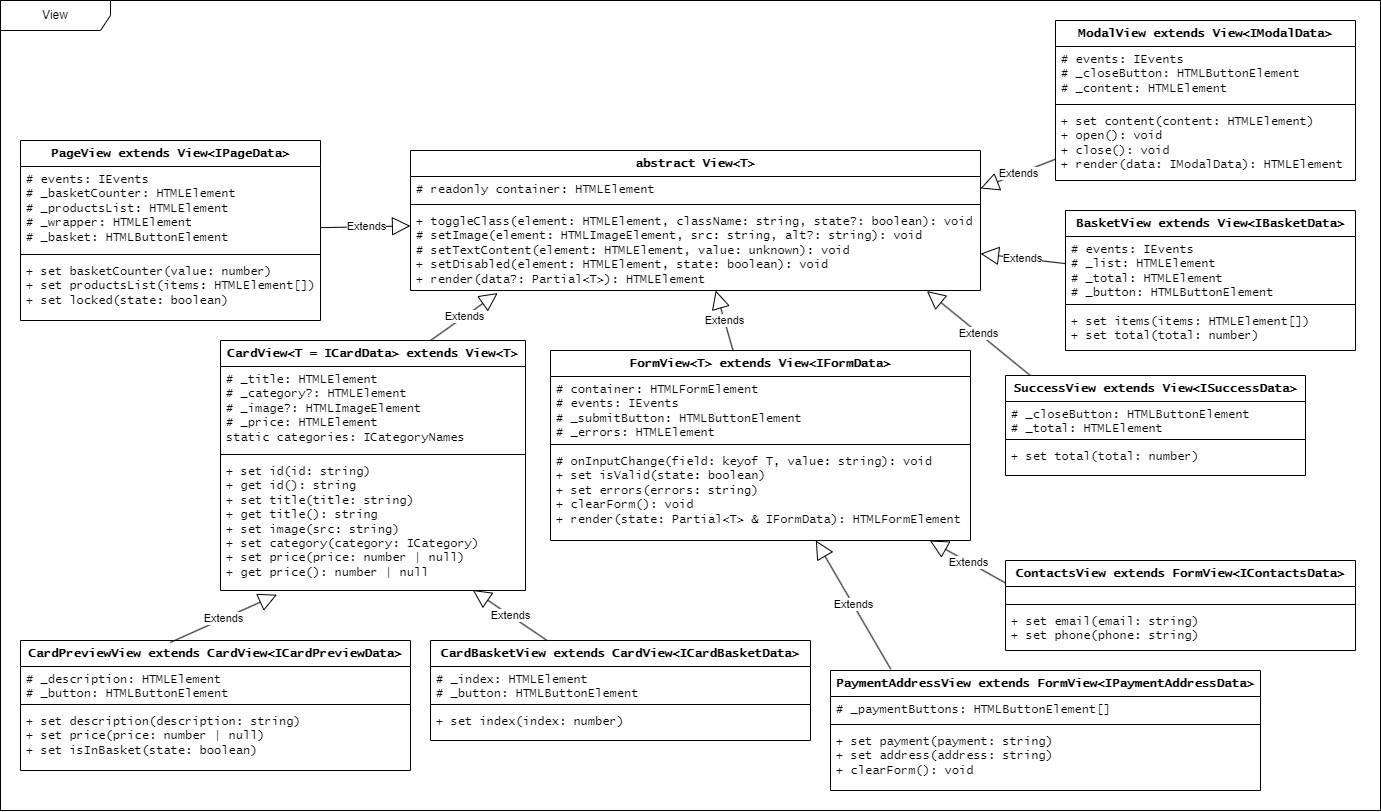
This is documentation/View.png from anna-kobis/web-larek, a draw.io export, as it was before one commit. Source tidied: cells renumbered, new cells last; positions are measured from the earlier drawing's top-left corner, leaving out a move shared by most shapes.
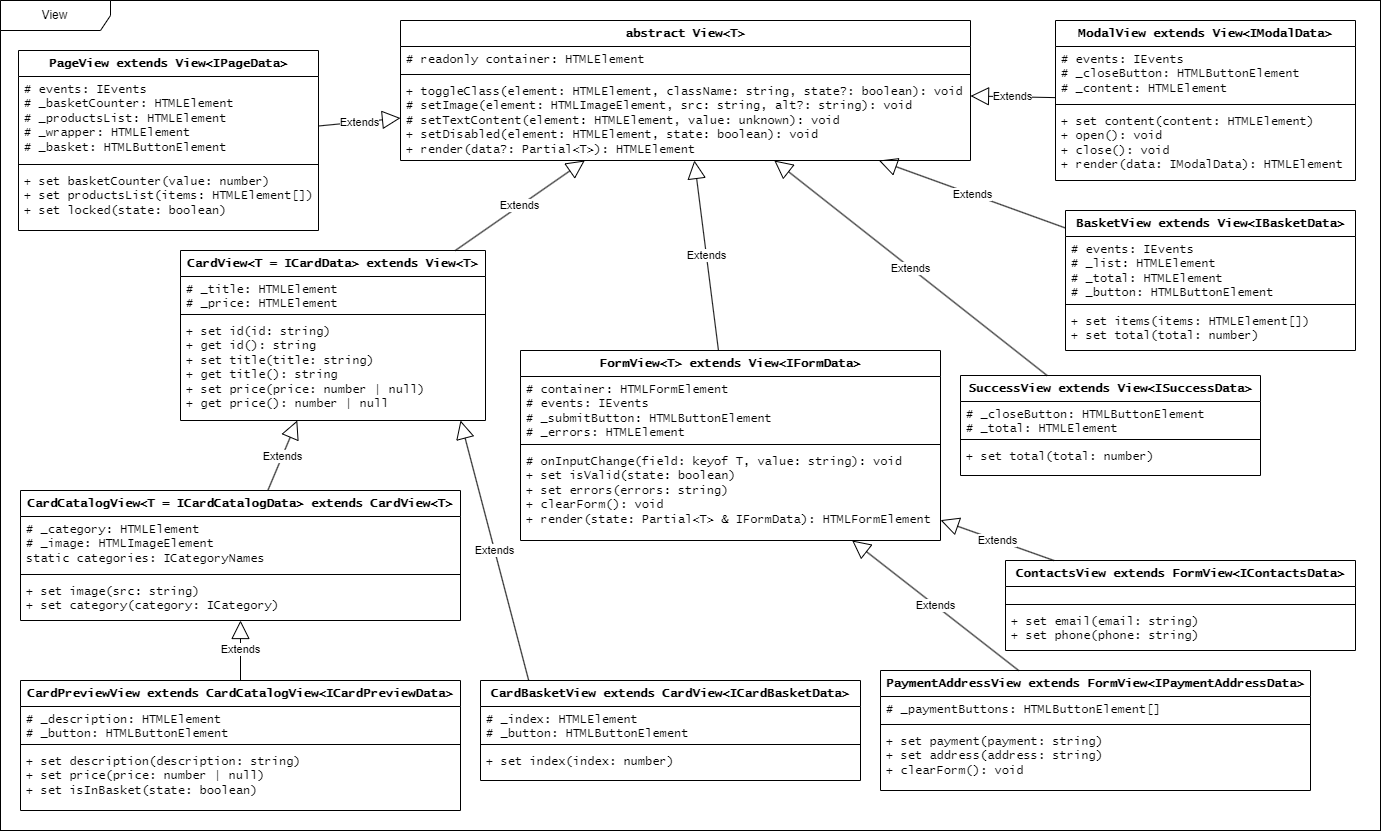
After the commit.

The edit, as a diff of the source:
```diff
@@ -5,6 +5,6 @@
     <mxCell id="2" style="rounded=0;whiteSpace=wrap;html=1;" parent="1" vertex="1">
-      <mxGeometry width="1380" height="810" as="geometry" />
+      <mxGeometry width="1380" height="830" as="geometry" />
     </mxCell>
     <mxCell id="3" value="abstract&amp;nbsp;View&amp;lt;T&amp;gt;" style="swimlane;fontStyle=1;align=center;verticalAlign=top;horizontal=1;startSize=26;whiteSpace=wrap;html=1;fontFamily=Lucida Console;" parent="1" vertex="1">
-      <mxGeometry x="410" y="150" width="570" height="140" as="geometry" />
+      <mxGeometry x="400" y="20" width="570" height="140" as="geometry" />
     </mxCell>
@@ -35,31 +35,29 @@
     <mxCell id="12" value="CardView&amp;lt;T = ICardData&amp;gt; extends View&amp;lt;T&amp;gt;" style="swimlane;fontStyle=1;align=center;verticalAlign=top;horizontal=1;startSize=26;whiteSpace=wrap;html=1;fontFamily=Lucida Console;" parent="1" vertex="1">
-      <mxGeometry x="220" y="340" width="305" height="250" as="geometry" />
+      <mxGeometry x="180" y="250" width="305" height="170" as="geometry" />
     </mxCell>
-    <mxCell id="13" value="&lt;div&gt;&lt;span style=&quot;background-color: initial;&quot;&gt;# _title: HTMLElement&lt;/span&gt;&lt;br&gt;&lt;/div&gt;&lt;div&gt;&lt;span style=&quot;white-space: normal;&quot;&gt;# _category?: HTMLElement&lt;/span&gt;&lt;/div&gt;&lt;div&gt;&lt;span style=&quot;white-space: normal;&quot;&gt;# _image?: HTMLImageElement&lt;/span&gt;&lt;/div&gt;&lt;div&gt;&lt;span style=&quot;white-space: normal;&quot;&gt;# _price: HTMLElement&lt;/span&gt;&lt;/div&gt;&lt;div&gt;static categories: ICategoryNames&lt;span style=&quot;white-space: normal;&quot;&gt;&lt;br&gt;&lt;/span&gt;&lt;/div&gt;" style="text;strokeColor=none;fillColor=none;align=left;verticalAlign=top;spacingLeft=4;spacingRight=4;overflow=hidden;whiteSpace=wrap;html=1;fontFamily=Lucida Console;" parent="12" vertex="1">
-      <mxGeometry y="26" width="305" height="84" as="geometry" />
+    <mxCell id="13" value="&lt;div&gt;&lt;span style=&quot;background-color: initial;&quot;&gt;# _title: HTMLElement&lt;/span&gt;&lt;/div&gt;&lt;div&gt;&lt;span style=&quot;white-space: normal;&quot;&gt;# _price: HTMLElement&lt;/span&gt;&lt;/div&gt;" style="text;strokeColor=none;fillColor=none;align=left;verticalAlign=top;spacingLeft=4;spacingRight=4;overflow=hidden;whiteSpace=wrap;html=1;fontFamily=Lucida Console;" parent="12" vertex="1">
+      <mxGeometry y="26" width="305" height="34" as="geometry" />
     </mxCell>
     <mxCell id="14" style="line;strokeWidth=1;fillColor=none;align=left;verticalAlign=middle;spacingTop=-1;spacingLeft=3;spacingRight=3;labelPosition=right;strokeColor=inherit;fontFamily=Lucida Console;" parent="12" vertex="1">
-      <mxGeometry y="110" width="305" height="8" as="geometry" />
+      <mxGeometry y="60" width="305" height="8" as="geometry" />
     </mxCell>
-    <mxCell id="15" value="&lt;div&gt;+ set id(id: string)&lt;/div&gt;&lt;div&gt;&lt;span style=&quot;white-space: normal;&quot;&gt;+ get id(): string&lt;/span&gt;&lt;/div&gt;&lt;div&gt;&lt;span style=&quot;white-space: normal;&quot;&gt;+ set title(title: string)&lt;/span&gt;&lt;/div&gt;&lt;div&gt;&lt;span style=&quot;white-space: normal;&quot;&gt;+ get title(): string&lt;/span&gt;&lt;/div&gt;&lt;div&gt;&lt;span style=&quot;white-space: normal;&quot;&gt;+ set image(src: string)&lt;/span&gt;&lt;/div&gt;&lt;div&gt;&lt;span style=&quot;white-space: normal;&quot;&gt;+ set category(category: ICategory)&lt;/span&gt;&lt;/div&gt;&lt;div&gt;&lt;span style=&quot;white-space: normal;&quot;&gt;+ set price(price: number | null)&lt;/span&gt;&lt;/div&gt;&lt;div&gt;&lt;span style=&quot;white-space: normal;&quot;&gt;+ get price(): number | null&lt;/span&gt;&lt;/div&gt;" style="text;strokeColor=none;fillColor=none;align=left;verticalAlign=top;spacingLeft=4;spacingRight=4;overflow=hidden;points=[[0,0.5],[1,0.5]];portConstraint=eastwest;whiteSpace=wrap;html=1;fontFamily=Lucida Console;fontStyle=0;" parent="12" vertex="1">
-      <mxGeometry y="118" width="305" height="132" as="geometry" />
+    <mxCell id="15" value="&lt;div&gt;+ set id(id: string)&lt;/div&gt;&lt;div&gt;&lt;span style=&quot;white-space: normal;&quot;&gt;+ get id(): string&lt;/span&gt;&lt;/div&gt;&lt;div&gt;&lt;span style=&quot;white-space: normal;&quot;&gt;+ set title(title: string)&lt;/span&gt;&lt;/div&gt;&lt;div&gt;&lt;span style=&quot;white-space: normal;&quot;&gt;+ get title(): string&lt;/span&gt;&lt;/div&gt;&lt;div&gt;&lt;span style=&quot;background-color: initial;&quot;&gt;+ set price(price: number | null)&lt;/span&gt;&lt;br&gt;&lt;/div&gt;&lt;div&gt;&lt;span style=&quot;white-space: normal;&quot;&gt;+ get price(): number | null&lt;/span&gt;&lt;/div&gt;" style="text;strokeColor=none;fillColor=none;align=left;verticalAlign=top;spacingLeft=4;spacingRight=4;overflow=hidden;points=[[0,0.5],[1,0.5]];portConstraint=eastwest;whiteSpace=wrap;html=1;fontFamily=Lucida Console;fontStyle=0;" parent="12" vertex="1">
+      <mxGeometry y="68" width="305" height="102" as="geometry" />
     </mxCell>
-    <mxCell id="16" value="Extends" style="endArrow=block;endSize=16;endFill=0;html=1;rounded=0;entryX=0.153;entryY=1.031;entryDx=0;entryDy=0;entryPerimeter=0;" parent="1" edge="1" target="6">
-      <mxGeometry relative="1" as="geometry">
-        <mxPoint x="430" y="340" as="sourcePoint" />
-      </mxGeometry>
+    <mxCell id="16" value="Extends" style="endArrow=block;endSize=16;endFill=0;html=1;rounded=0;" parent="1" edge="1" source="12" target="3">
+      <mxGeometry relative="1" as="geometry" />
     </mxCell>
-    <mxCell id="17" value="CardPreviewView extends CardView&amp;lt;ICardPreviewData&amp;gt;" style="swimlane;fontStyle=1;align=center;verticalAlign=top;horizontal=1;startSize=26;whiteSpace=wrap;html=1;fontFamily=Lucida Console;" parent="1" vertex="1">
-      <mxGeometry x="20" y="640" width="390" height="130" as="geometry" />
+    <mxCell id="17" value="CardPreviewView extends CardCatalogView&amp;lt;ICardPreviewData&amp;gt;" style="swimlane;fontStyle=1;align=center;verticalAlign=top;horizontal=1;startSize=26;whiteSpace=wrap;html=1;fontFamily=Lucida Console;" parent="1" vertex="1">
+      <mxGeometry x="20" y="680" width="440" height="130" as="geometry" />
     </mxCell>
     <mxCell id="18" value="&lt;div&gt;&lt;div&gt;# _description: HTMLElement&lt;/div&gt;&lt;div&gt;&lt;span style=&quot;white-space: normal;&quot;&gt;# _button: HTMLButtonElement&lt;/span&gt;&lt;/div&gt;&lt;/div&gt;" style="text;strokeColor=none;fillColor=none;align=left;verticalAlign=top;spacingLeft=4;spacingRight=4;overflow=hidden;whiteSpace=wrap;html=1;fontFamily=Lucida Console;" parent="17" vertex="1">
-      <mxGeometry y="26" width="390" height="34" as="geometry" />
+      <mxGeometry y="26" width="440" height="34" as="geometry" />
     </mxCell>
     <mxCell id="19" style="line;strokeWidth=1;fillColor=none;align=left;verticalAlign=middle;spacingTop=-1;spacingLeft=3;spacingRight=3;labelPosition=right;strokeColor=inherit;fontFamily=Lucida Console;" parent="17" vertex="1">
-      <mxGeometry y="60" width="390" height="8" as="geometry" />
+      <mxGeometry y="60" width="440" height="8" as="geometry" />
     </mxCell>
     <mxCell id="20" value="&lt;div&gt;+ set description(description: string)&lt;/div&gt;&lt;div&gt;+ set price(price: number | null)&lt;/div&gt;&lt;div&gt;&lt;span style=&quot;white-space: normal;&quot;&gt;+ set isInBasket(state: boolean)&lt;/span&gt;&lt;/div&gt;" style="text;strokeColor=none;fillColor=none;align=left;verticalAlign=top;spacingLeft=4;spacingRight=4;overflow=hidden;whiteSpace=wrap;html=1;fontFamily=Lucida Console;fontStyle=0;" parent="17" vertex="1">
-      <mxGeometry y="68" width="390" height="62" as="geometry" />
+      <mxGeometry y="68" width="440" height="62" as="geometry" />
     </mxCell>
-    <mxCell id="21" value="Extends" style="endArrow=block;endSize=16;endFill=0;html=1;rounded=0;exitX=0.384;exitY=0.015;exitDx=0;exitDy=0;exitPerimeter=0;entryX=0.185;entryY=1.032;entryDx=0;entryDy=0;entryPerimeter=0;" parent="1" edge="1" source="17" target="15">
+    <mxCell id="21" value="Extends" style="endArrow=block;endSize=16;endFill=0;html=1;rounded=0;" parent="1" edge="1" source="59" target="12">
       <mxGeometry relative="1" as="geometry" />
@@ -67,3 +65,3 @@
     <mxCell id="22" value="CardBasketView extends CardView&amp;lt;ICardBasketData&amp;gt;" style="swimlane;fontStyle=1;align=center;verticalAlign=top;horizontal=1;startSize=26;whiteSpace=wrap;html=1;fontFamily=Lucida Console;" parent="1" vertex="1">
-      <mxGeometry x="430" y="640" width="380" height="100" as="geometry" />
+      <mxGeometry x="480" y="680" width="380" height="100" as="geometry" />
     </mxCell>
@@ -78,7 +76,9 @@
     </mxCell>
-    <mxCell id="26" value="Extends" style="endArrow=block;endSize=16;endFill=0;html=1;rounded=0;entryX=0.827;entryY=0.996;entryDx=0;entryDy=0;entryPerimeter=0;" parent="1" edge="1" source="22" target="15">
-      <mxGeometry relative="1" as="geometry" />
+    <mxCell id="26" value="Extends" style="endArrow=block;endSize=16;endFill=0;html=1;rounded=0;exitX=0.127;exitY=0.002;exitDx=0;exitDy=0;exitPerimeter=0;" parent="1" edge="1" source="22">
+      <mxGeometry relative="1" as="geometry">
+        <mxPoint x="460" y="420" as="targetPoint" />
+      </mxGeometry>
     </mxCell>
     <mxCell id="27" value="FormView&amp;lt;T&amp;gt; extends View&amp;lt;IFormData&amp;gt;" style="swimlane;fontStyle=1;align=center;verticalAlign=top;horizontal=1;startSize=26;whiteSpace=wrap;html=1;fontFamily=Lucida Console;" parent="1" vertex="1">
-      <mxGeometry x="550" y="350" width="420" height="190" as="geometry" />
+      <mxGeometry x="520" y="350" width="420" height="190" as="geometry" />
     </mxCell>
@@ -108,3 +108,3 @@
     </mxCell>
-    <mxCell id="36" value="Extends" style="endArrow=block;endSize=16;endFill=0;html=1;rounded=0;exitX=0;exitY=0.25;exitDx=0;exitDy=0;" parent="1" edge="1" source="32" target="27">
+    <mxCell id="36" value="Extends" style="endArrow=block;endSize=16;endFill=0;html=1;rounded=0;" parent="1" edge="1" source="32" target="27">
       <mxGeometry relative="1" as="geometry" />
@@ -112,3 +112,3 @@
     <mxCell id="37" value="PaymentAddressView extends FormView&amp;lt;IPaymentAddressData&amp;gt;" style="swimlane;fontStyle=1;align=center;verticalAlign=top;horizontal=1;startSize=26;whiteSpace=wrap;html=1;fontFamily=Lucida Console;" parent="1" vertex="1">
-      <mxGeometry x="830" y="670" width="430" height="120" as="geometry" />
+      <mxGeometry x="880" y="670" width="430" height="120" as="geometry" />
     </mxCell>
@@ -123,3 +123,3 @@
     </mxCell>
-    <mxCell id="41" value="Extends" style="endArrow=block;endSize=16;endFill=0;html=1;rounded=0;exitX=0.14;exitY=-0.012;exitDx=0;exitDy=0;exitPerimeter=0;" parent="1" edge="1" source="37" target="27">
+    <mxCell id="41" value="Extends" style="endArrow=block;endSize=16;endFill=0;html=1;rounded=0;" parent="1" edge="1" source="37" target="27">
       <mxGeometry relative="1" as="geometry" />
@@ -138,3 +138,3 @@
     </mxCell>
-    <mxCell id="46" value="Extends" style="endArrow=block;endSize=16;endFill=0;html=1;rounded=0;entryX=1;entryY=0.5;entryDx=0;entryDy=0;" parent="1" edge="1" source="42" target="4">
+    <mxCell id="46" value="Extends" style="endArrow=block;endSize=16;endFill=0;html=1;rounded=0;" parent="1" edge="1" source="42" target="3">
       <mxGeometry relative="1" as="geometry" />
@@ -142,3 +142,3 @@
     <mxCell id="47" value="SuccessView extends View&amp;lt;ISuccessData&amp;gt;" style="swimlane;fontStyle=1;align=center;verticalAlign=top;horizontal=1;startSize=26;whiteSpace=wrap;html=1;fontFamily=Lucida Console;" parent="1" vertex="1">
-      <mxGeometry x="1005" y="375" width="300" height="100" as="geometry" />
+      <mxGeometry x="960" y="375" width="300" height="100" as="geometry" />
     </mxCell>
@@ -153,3 +153,3 @@
     </mxCell>
-    <mxCell id="51" value="Extends" style="endArrow=block;endSize=16;endFill=0;html=1;rounded=0;entryX=0.906;entryY=1.007;entryDx=0;entryDy=0;entryPerimeter=0;exitX=0.081;exitY=-0.004;exitDx=0;exitDy=0;exitPerimeter=0;" parent="1" edge="1" source="47" target="6">
+    <mxCell id="51" value="Extends" style="endArrow=block;endSize=16;endFill=0;html=1;rounded=0;" parent="1" edge="1" source="47" target="3">
       <mxGeometry relative="1" as="geometry" />
@@ -157,3 +157,3 @@
     <mxCell id="52" value="PageView extends View&amp;lt;IPageData&amp;gt;" style="swimlane;fontStyle=1;align=center;verticalAlign=top;horizontal=1;startSize=26;whiteSpace=wrap;html=1;fontFamily=Lucida Console;" parent="1" vertex="1">
-      <mxGeometry x="20" y="140" width="300" height="180" as="geometry" />
+      <mxGeometry x="18" y="50" width="300" height="180" as="geometry" />
     </mxCell>
@@ -175,4 +175,19 @@
     <mxCell id="58" value="View" style="shape=umlFrame;whiteSpace=wrap;html=1;width=110;height=30;" parent="1" vertex="1">
-      <mxGeometry width="1380" height="810" as="geometry" />
+      <mxGeometry width="1380" height="830" as="geometry" />
     </mxCell>
+    <mxCell id="59" value="CardCatalogView&amp;lt;T = ICardCatalogData&amp;gt; extends CardView&amp;lt;T&amp;gt;" style="swimlane;fontStyle=1;align=center;verticalAlign=top;horizontal=1;startSize=26;whiteSpace=wrap;html=1;fontFamily=Lucida Console;" parent="1" vertex="1">
+      <mxGeometry x="20" y="490" width="440" height="130" as="geometry" />
+    </mxCell>
+    <mxCell id="60" value="&lt;div&gt;&lt;span style=&quot;background-color: initial;&quot;&gt;# _category: HTMLElement&lt;/span&gt;&lt;br&gt;&lt;/div&gt;&lt;div&gt;&lt;span style=&quot;white-space: normal;&quot;&gt;# _image: HTMLImageElement&lt;/span&gt;&lt;/div&gt;&lt;div&gt;&lt;span style=&quot;background-color: initial;&quot;&gt;static categories: ICategoryNames&lt;/span&gt;&lt;br&gt;&lt;/div&gt;" style="text;strokeColor=none;fillColor=none;align=left;verticalAlign=top;spacingLeft=4;spacingRight=4;overflow=hidden;whiteSpace=wrap;html=1;fontFamily=Lucida Console;" parent="59" vertex="1">
+      <mxGeometry y="26" width="440" height="54" as="geometry" />
+    </mxCell>
+    <mxCell id="61" style="line;strokeWidth=1;fillColor=none;align=left;verticalAlign=middle;spacingTop=-1;spacingLeft=3;spacingRight=3;labelPosition=right;strokeColor=inherit;fontFamily=Lucida Console;" parent="59" vertex="1">
+      <mxGeometry y="80" width="440" height="8" as="geometry" />
+    </mxCell>
+    <mxCell id="62" value="&lt;div&gt;&lt;span style=&quot;background-color: initial;&quot;&gt;+ set image(src: string)&lt;/span&gt;&lt;br&gt;&lt;/div&gt;&lt;div&gt;&lt;span style=&quot;white-space: normal;&quot;&gt;+ set category(category: ICategory)&lt;/span&gt;&lt;/div&gt;" style="text;strokeColor=none;fillColor=none;align=left;verticalAlign=top;spacingLeft=4;spacingRight=4;overflow=hidden;whiteSpace=wrap;html=1;fontFamily=Lucida Console;fontStyle=0;" parent="59" vertex="1">
+      <mxGeometry y="88" width="440" height="42" as="geometry" />
+    </mxCell>
+    <mxCell id="63" value="Extends" style="endArrow=block;endSize=16;endFill=0;html=1;rounded=0;" parent="1" edge="1" source="17" target="59">
+      <mxGeometry relative="1" as="geometry" />
+    </mxCell>
   </root>
```
